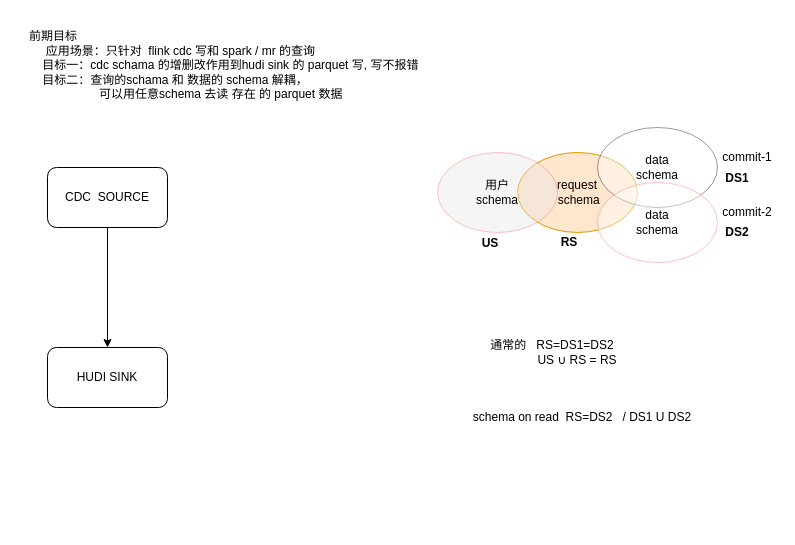
This is page "hudi schema on read" (3 of 3) of 未命名绘图.drawio from loukey-lj/WX, a draw.io file, before an edit. Source tidied: cells renumbered, new cells numbered last; positions are measured from the earlier drawing's top-left corner, leaving out a move shared by most shapes. Both pictures are drawn from the tidied source at 100%, with x=0, y=0 at pixel (27, 17).
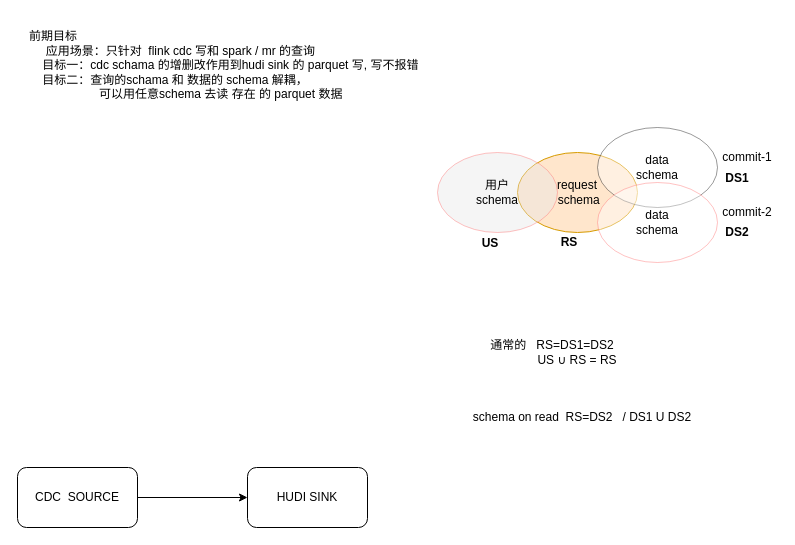
Above is the later version.

Change to the diagram source:
```diff
@@
 <mxGraphModel>
   <root>
     <mxCell id="0" />
     <mxCell id="1" parent="0" />
     <mxCell id="2" value="前期目标&lt;br&gt;&amp;nbsp; &amp;nbsp; &amp;nbsp;应用场景：只针对&amp;nbsp; flink cdc 写和 spark / mr 的查询&lt;br&gt;&amp;nbsp; &amp;nbsp; 目标一：cdc schama 的增删改作用到hudi sink 的 parquet 写, 写不报错&lt;br&gt;&amp;nbsp; &amp;nbsp; 目标二：查询的schama 和 数据的 schema 解耦，&lt;br&gt;&amp;nbsp; &amp;nbsp; &amp;nbsp; &amp;nbsp; &amp;nbsp; &amp;nbsp; &amp;nbsp; &amp;nbsp; &amp;nbsp; &amp;nbsp; &amp;nbsp;可以用任意schema 去读 存在 的 parquet 数据&lt;br&gt;&amp;nbsp; &amp;nbsp;&amp;nbsp;" style="text;html=1;strokeColor=none;fillColor=none;align=left;verticalAlign=middle;whiteSpace=wrap;rounded=0;" parent="1" vertex="1">
       <mxGeometry width="420" height="110" as="geometry" />
     </mxCell>
     <mxCell id="3" value="request &lt;br&gt;&amp;nbsp;schema" style="ellipse;whiteSpace=wrap;html=1;fillColor=#ffe6cc;strokeColor=#d79b00;" parent="1" vertex="1">
       <mxGeometry x="490" y="135" width="120" height="80" as="geometry" />
     </mxCell>
     <mxCell id="4" value="data&lt;br&gt;schema" style="ellipse;whiteSpace=wrap;html=1;gradientColor=none;opacity=40;" parent="1" vertex="1">
       <mxGeometry x="570" y="110" width="120" height="80" as="geometry" />
     </mxCell>
     <mxCell id="5" value="commit-1" style="text;html=1;strokeColor=none;fillColor=none;align=center;verticalAlign=middle;whiteSpace=wrap;rounded=0;" parent="1" vertex="1">
       <mxGeometry x="690" y="125" width="60" height="30" as="geometry" />
     </mxCell>
     <mxCell id="6" value="data&lt;br&gt;schema" style="ellipse;whiteSpace=wrap;html=1;gradientColor=none;opacity=40;strokeColor=#FF6666;" parent="1" vertex="1">
       <mxGeometry x="570" y="165" width="120" height="80" as="geometry" />
     </mxCell>
     <mxCell id="7" value="commit-2" style="text;html=1;strokeColor=none;fillColor=none;align=center;verticalAlign=middle;whiteSpace=wrap;rounded=0;" parent="1" vertex="1">
       <mxGeometry x="690" y="180" width="60" height="30" as="geometry" />
     </mxCell>
     <mxCell id="8" value="用户&lt;br&gt;schema" style="ellipse;whiteSpace=wrap;html=1;strokeColor=#FF6666;fillColor=#E6E6E6;gradientColor=none;opacity=40;" parent="1" vertex="1">
       <mxGeometry x="410" y="135" width="120" height="80" as="geometry" />
     </mxCell>
     <mxCell id="9" value="US" style="text;html=1;strokeColor=none;fillColor=none;align=center;verticalAlign=middle;whiteSpace=wrap;rounded=0;fontStyle=1;" parent="1" vertex="1">
       <mxGeometry x="433" y="211" width="60" height="30" as="geometry" />
     </mxCell>
     <mxCell id="10" value="RS" style="text;html=1;strokeColor=none;fillColor=none;align=center;verticalAlign=middle;whiteSpace=wrap;rounded=0;fontStyle=1;" parent="1" vertex="1">
       <mxGeometry x="512" y="210" width="60" height="30" as="geometry" />
     </mxCell>
     <mxCell id="11" value="DS1" style="text;html=1;strokeColor=none;fillColor=none;align=center;verticalAlign=middle;whiteSpace=wrap;rounded=0;fontStyle=1;" parent="1" vertex="1">
       <mxGeometry x="680" y="146" width="60" height="30" as="geometry" />
     </mxCell>
     <mxCell id="12" value="DS2" style="text;html=1;strokeColor=none;fillColor=none;align=center;verticalAlign=middle;whiteSpace=wrap;rounded=0;fontStyle=1;" parent="1" vertex="1">
       <mxGeometry x="680" y="200" width="60" height="30" as="geometry" />
     </mxCell>
     <mxCell id="13" value="通常的&amp;nbsp; &amp;nbsp;RS=DS1=DS2&lt;br&gt;&amp;nbsp; &amp;nbsp; &amp;nbsp; &amp;nbsp; &amp;nbsp; &amp;nbsp; &amp;nbsp; &amp;nbsp;US ∪ RS = RS" style="text;html=1;strokeColor=none;fillColor=none;align=center;verticalAlign=middle;whiteSpace=wrap;rounded=0;" parent="1" vertex="1">
       <mxGeometry x="410" y="310" width="230" height="50" as="geometry" />
     </mxCell>
     <mxCell id="14" value="&lt;div style=&quot;text-align: left;&quot;&gt;&lt;span style=&quot;background-color: initial;&quot;&gt;schema on read&amp;nbsp; RS=DS2&amp;nbsp; &amp;nbsp;/ DS1 U DS2&lt;/span&gt;&lt;/div&gt;" style="text;html=1;strokeColor=none;fillColor=none;align=center;verticalAlign=middle;whiteSpace=wrap;rounded=0;" parent="1" vertex="1">
       <mxGeometry x="420" y="370" width="270" height="60" as="geometry" />
     </mxCell>
-    <mxCell id="15" style="edgeStyle=orthogonalEdgeStyle;rounded=0;jettySize=auto;html=1;exitX=0.5;exitY=1;exitDx=0;exitDy=0;" parent="1" edge="1" source="16" target="17">
+    <mxCell id="15" style="edgeStyle=orthogonalEdgeStyle;rounded=0;jettySize=auto;html=1;exitX=1;exitY=0.5;exitDx=0;exitDy=0;entryX=0;entryY=0.5;entryDx=0;entryDy=0;" parent="1" edge="1" source="16" target="17">
       <mxGeometry relative="1" as="geometry" />
     </mxCell>
     <mxCell id="16" value="CDC&amp;nbsp; SOURCE" style="rounded=1;whiteSpace=wrap;html=1;" parent="1" vertex="1">
-      <mxGeometry x="20" y="150" width="120" height="60" as="geometry" />
+      <mxGeometry x="-10" y="450" width="120" height="60" as="geometry" />
     </mxCell>
     <mxCell id="17" value="HUDI SINK" style="rounded=1;whiteSpace=wrap;html=1;" parent="1" vertex="1">
-      <mxGeometry x="20" y="330" width="120" height="60" as="geometry" />
+      <mxGeometry x="220" y="450" width="120" height="60" as="geometry" />
     </mxCell>
   </root>
 </mxGraphModel>
```
